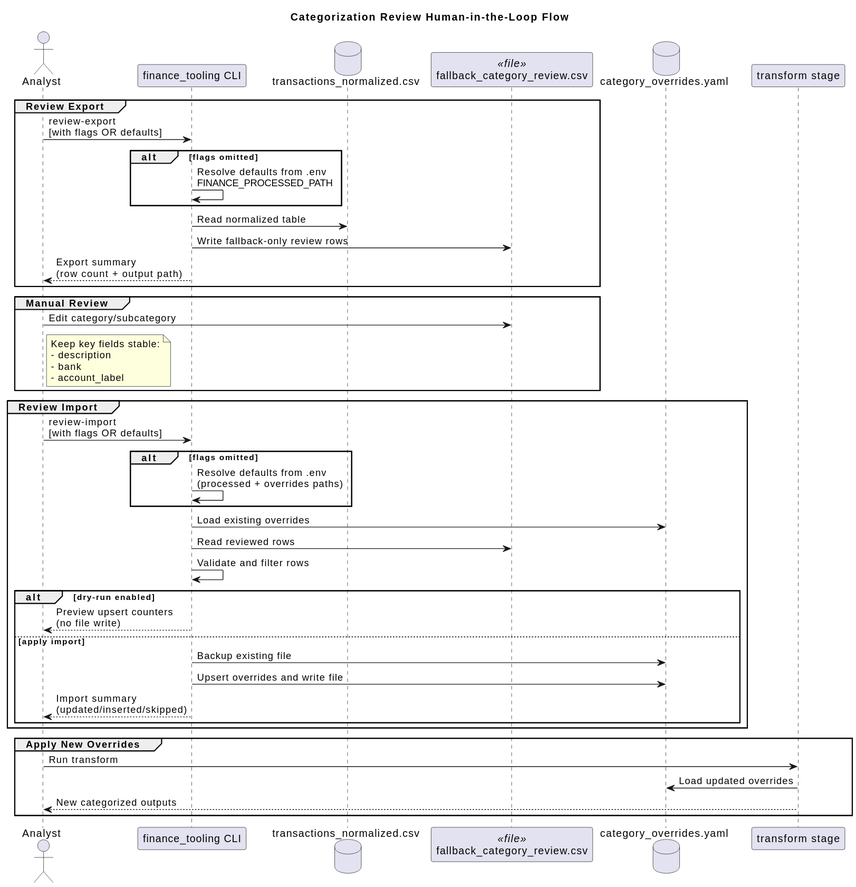
Above: docs/diagrams/categorization_review_hitl_flow.svg in JayTeeBat/FinanceTooling (PlantUML), before the change. Its diagram source:
```plantuml
@startuml
title Categorization Review Human-in-the-Loop Flow

actor Analyst
participant "finance_tooling CLI" as CLI
database "transactions_normalized.csv" as NORMALIZED
participant "fallback_category_review.csv" as REVIEW <<file>>
database "category_overrides.yaml" as OVERRIDES
participant "transform stage" as TRANSFORM

group Review Export
Analyst -> CLI: review-export\n[with flags OR defaults]
alt flags omitted
CLI -> CLI: Resolve defaults from .env\nFINANCE_PROCESSED_PATH
end
CLI -> NORMALIZED: Read normalized table
CLI -> REVIEW: Write fallback-only review rows
CLI --> Analyst: Export summary\n(row count + output path)
end

group Manual Review
Analyst -> REVIEW: Edit category/subcategory
note right of Analyst
Keep key fields stable:
- description
- bank
- account_label
end note
end

group Review Import
Analyst -> CLI: review-import\n[with flags OR defaults]
alt flags omitted
CLI -> CLI: Resolve defaults from .env\n(processed + overrides paths)
end
CLI -> OVERRIDES: Load existing overrides
CLI -> REVIEW: Read reviewed rows
CLI -> CLI: Validate and filter rows
alt dry-run enabled
CLI --> Analyst: Preview upsert counters\n(no file write)
else apply import
CLI -> OVERRIDES: Backup existing file
CLI -> OVERRIDES: Upsert overrides and write file
CLI --> Analyst: Import summary\n(updated/inserted/skipped)
end
end

group Apply New Overrides
Analyst -> TRANSFORM: Run transform
TRANSFORM -> OVERRIDES: Load updated overrides
TRANSFORM --> Analyst: New categorized outputs
end
@enduml
```
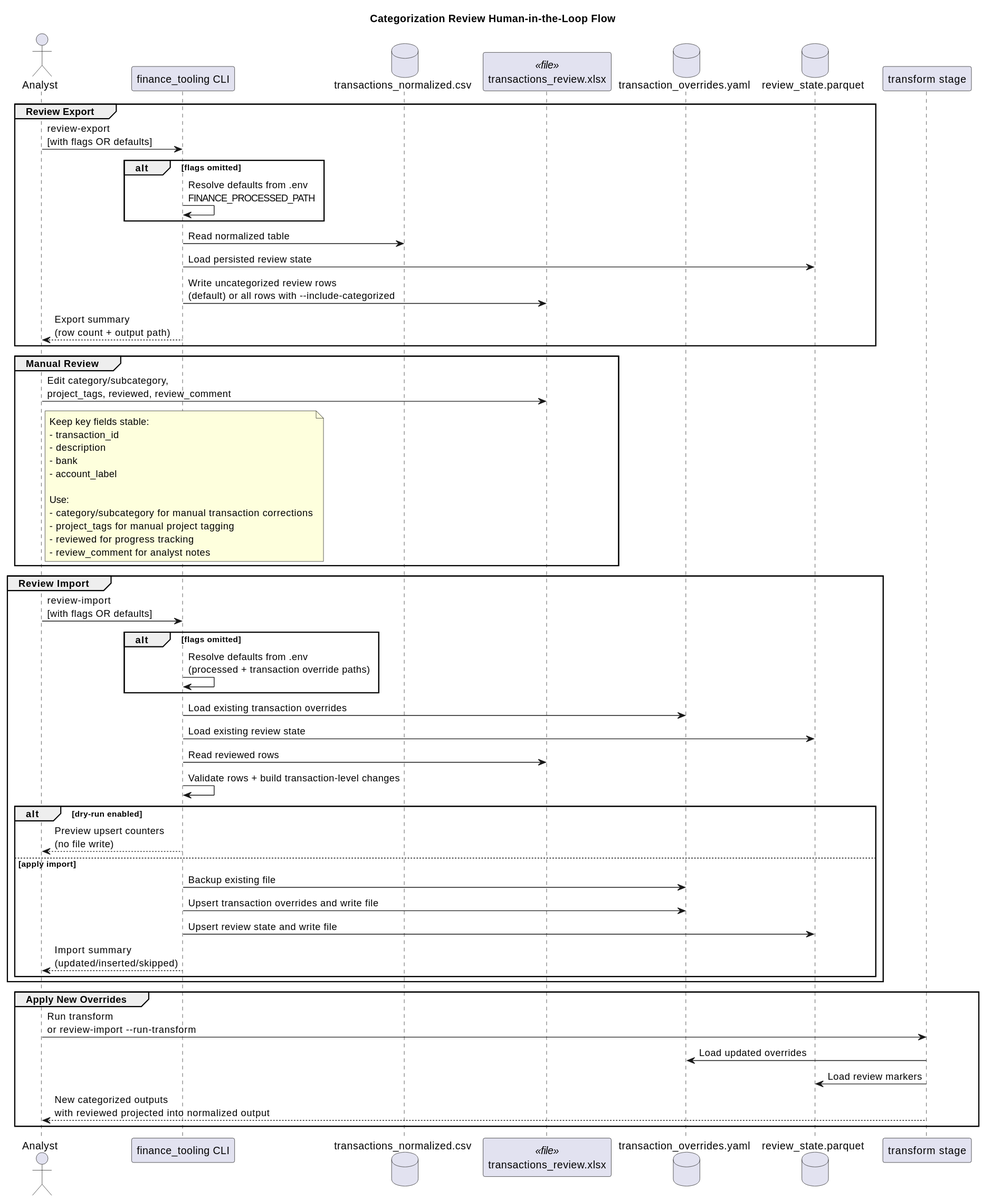
After the commit.

Diff of the diagram source:
```diff
@@ -4,8 +4,9 @@
 actor Analyst
 participant "finance_tooling CLI" as CLI
 database "transactions_normalized.csv" as NORMALIZED
-participant "fallback_category_review.csv" as REVIEW <<file>>
-database "category_overrides.yaml" as OVERRIDES
+participant "transactions_review.xlsx" as REVIEW <<file>>
+database "transaction_overrides.yaml" as TX_OVERRIDES
+database "review_state.parquet" as REVIEW_STATE
 participant "transform stage" as TRANSFORM
 
 group Review Export
@@ -14,40 +15,51 @@
 CLI -> CLI: Resolve defaults from .env\nFINANCE_PROCESSED_PATH
 end
 CLI -> NORMALIZED: Read normalized table
-CLI -> REVIEW: Write fallback-only review rows
+CLI -> REVIEW_STATE: Load persisted review state
+CLI -> REVIEW: Write uncategorized review rows\n(default) or all rows with --include-categorized
 CLI --> Analyst: Export summary\n(row count + output path)
 end
 
 group Manual Review
-Analyst -> REVIEW: Edit category/subcategory
+Analyst -> REVIEW: Edit category/subcategory,\nproject_tags, reviewed, review_comment
 note right of Analyst
 Keep key fields stable:
+- transaction_id
 - description
 - bank
 - account_label
+
+Use:
+- category/subcategory for manual transaction corrections
+- project_tags for manual project tagging
+- reviewed for progress tracking
+- review_comment for analyst notes
 end note
 end
 
 group Review Import
 Analyst -> CLI: review-import\n[with flags OR defaults]
 alt flags omitted
-CLI -> CLI: Resolve defaults from .env\n(processed + overrides paths)
+CLI -> CLI: Resolve defaults from .env\n(processed + transaction override paths)
 end
-CLI -> OVERRIDES: Load existing overrides
+CLI -> TX_OVERRIDES: Load existing transaction overrides
+CLI -> REVIEW_STATE: Load existing review state
 CLI -> REVIEW: Read reviewed rows
-CLI -> CLI: Validate and filter rows
+CLI -> CLI: Validate rows + build transaction-level changes
 alt dry-run enabled
 CLI --> Analyst: Preview upsert counters\n(no file write)
 else apply import
-CLI -> OVERRIDES: Backup existing file
-CLI -> OVERRIDES: Upsert overrides and write file
+CLI -> TX_OVERRIDES: Backup existing file
+CLI -> TX_OVERRIDES: Upsert transaction overrides and write file
+CLI -> REVIEW_STATE: Upsert review state and write file
 CLI --> Analyst: Import summary\n(updated/inserted/skipped)
 end
 end
 
 group Apply New Overrides
-Analyst -> TRANSFORM: Run transform
-TRANSFORM -> OVERRIDES: Load updated overrides
-TRANSFORM --> Analyst: New categorized outputs
+Analyst -> TRANSFORM: Run transform\nor review-import --run-transform
+TRANSFORM -> TX_OVERRIDES: Load updated overrides
+TRANSFORM -> REVIEW_STATE: Load review markers
+TRANSFORM --> Analyst: New categorized outputs\nwith reviewed projected into normalized output
 end
 @enduml
```
